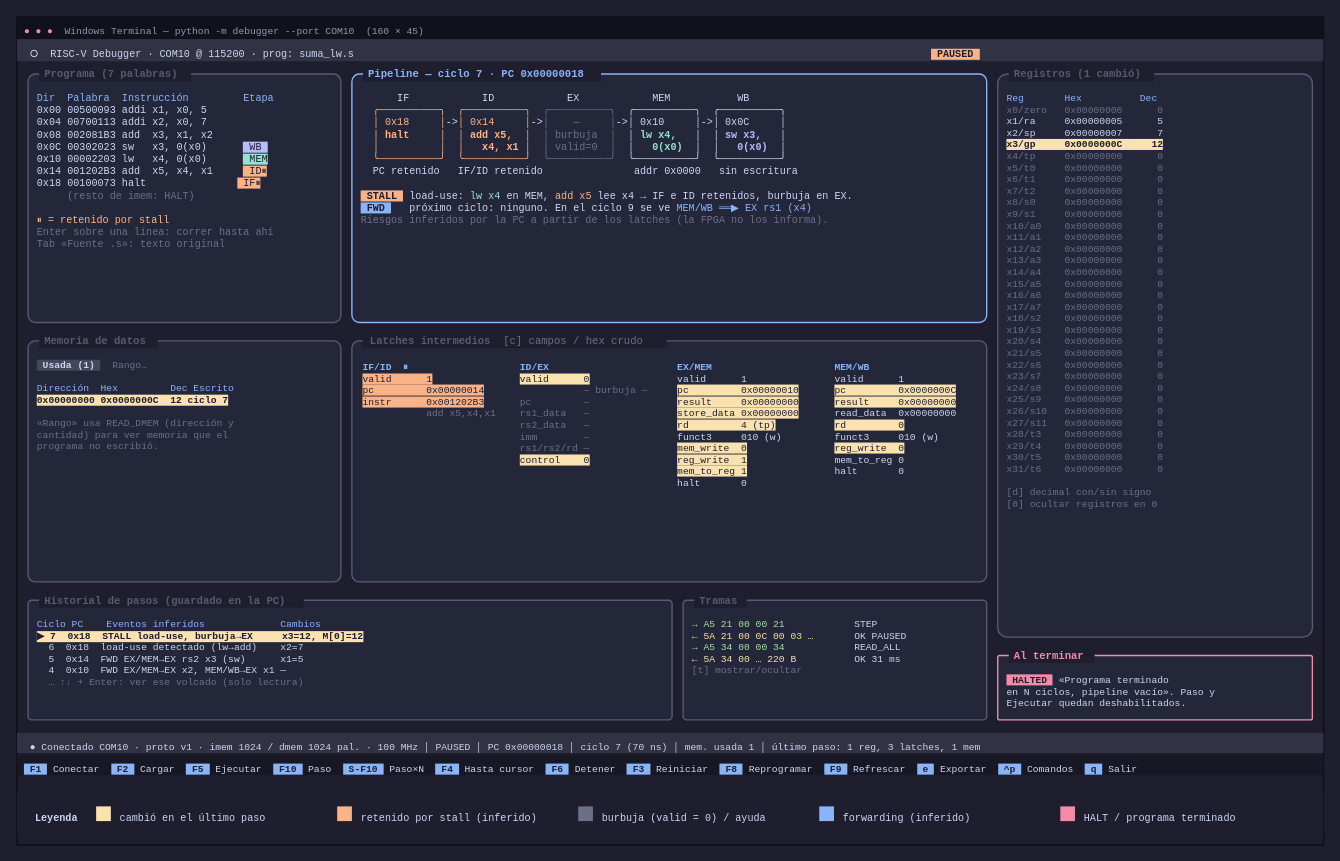
This is docs/diagramas/interfaz.drawio from moreyrajulian/arquitectura_de_computadoras, a draw.io file, before an edit. Source tidied: cells renumbered, new cells numbered last; positions are measured from the earlier drawing's top-left corner, leaving out a move shared by most shapes. Both pictures are drawn from the tidied source at 92%, with x=0, y=0 at pixel (17, 17).
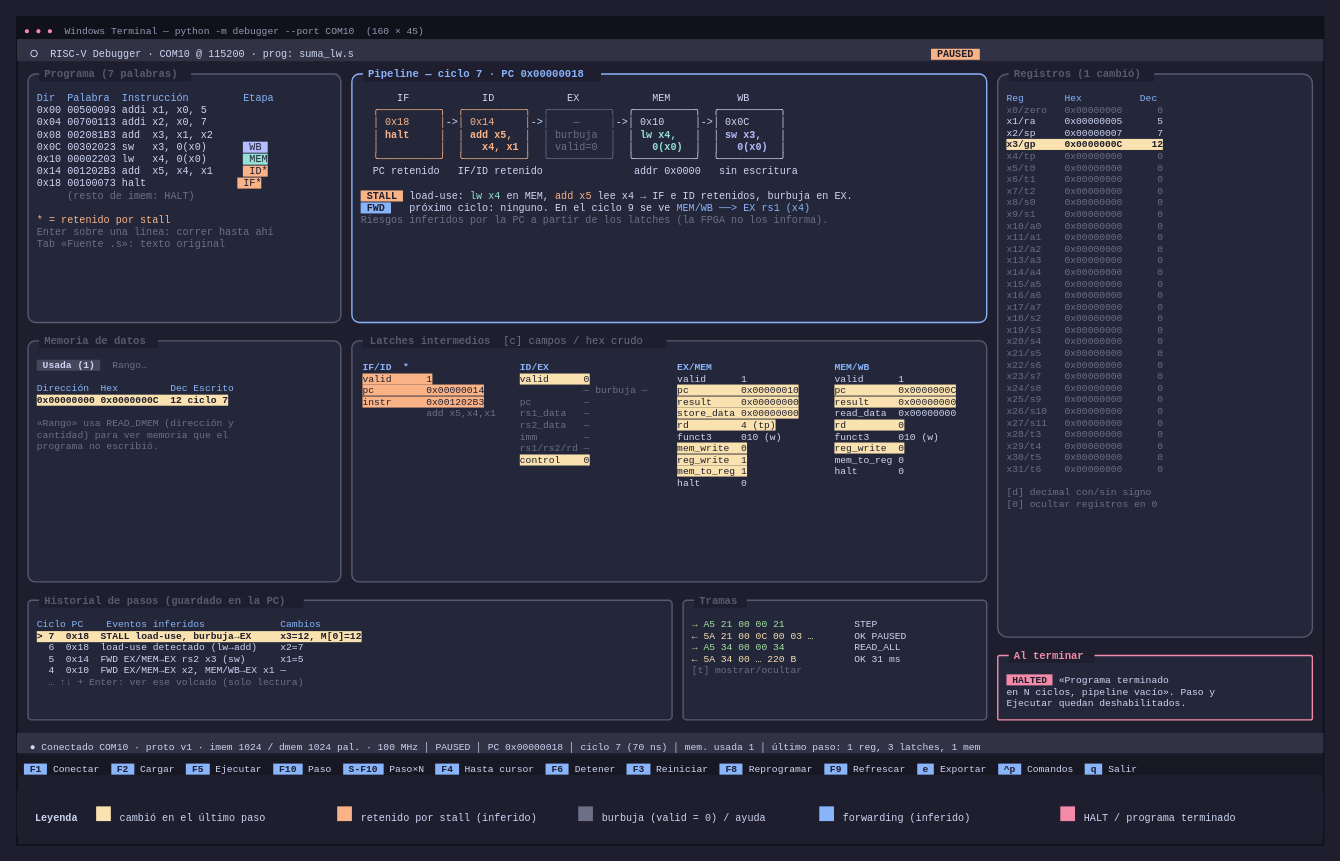
Above is the later version.

Commit message (it also covers changes not shown here):
docs(interfaz): requisitos de terminal y puerto serie en Windows y Linux

Change to the diagram source:
```diff
@@
-    <mxCell id="7" value="&lt;span style=&quot;color:#89B4FA;&quot;&gt;Dir&amp;nbsp;&amp;nbsp;Palabra&amp;nbsp;&amp;nbsp;Instrucción&amp;nbsp;&amp;nbsp;&amp;nbsp;&amp;nbsp;&amp;nbsp;&amp;nbsp;&amp;nbsp;&amp;nbsp;&amp;nbsp;Etapa&lt;/span&gt;&lt;br&gt;0x00&amp;nbsp;00500093&amp;nbsp;addi&amp;nbsp;x1,&amp;nbsp;x0,&amp;nbsp;5&lt;br&gt;0x04&amp;nbsp;00700113&amp;nbsp;addi&amp;nbsp;x2,&amp;nbsp;x0,&amp;nbsp;7&lt;br&gt;0x08&amp;nbsp;002081B3&amp;nbsp;add&amp;nbsp;&amp;nbsp;x3,&amp;nbsp;x1,&amp;nbsp;x2&lt;br&gt;0x0C&amp;nbsp;00302023&amp;nbsp;sw&amp;nbsp;&amp;nbsp;&amp;nbsp;x3,&amp;nbsp;0(x0)&amp;nbsp;&amp;nbsp;&amp;nbsp;&amp;nbsp;&amp;nbsp;&amp;nbsp;&lt;span style=&quot;background-color:#B4BEFE;color:#1E1E2E;&quot;&gt;&amp;nbsp;WB&amp;nbsp;&lt;/span&gt;&lt;br&gt;0x10&amp;nbsp;00002203&amp;nbsp;lw&amp;nbsp;&amp;nbsp;&amp;nbsp;x4,&amp;nbsp;0(x0)&amp;nbsp;&amp;nbsp;&amp;nbsp;&amp;nbsp;&amp;nbsp;&amp;nbsp;&lt;span style=&quot;background-color:#94E2D5;color:#1E1E2E;&quot;&gt;&amp;nbsp;MEM&lt;/span&gt;&lt;br&gt;0x14&amp;nbsp;001202B3&amp;nbsp;add&amp;nbsp;&amp;nbsp;x5,&amp;nbsp;x4,&amp;nbsp;x1&amp;nbsp;&amp;nbsp;&amp;nbsp;&amp;nbsp;&amp;nbsp;&lt;span style=&quot;background-color:#FAB387;color:#1E1E2E;&quot;&gt;&amp;nbsp;ID⏸&lt;/span&gt;&lt;br&gt;&lt;span style=&quot;&quot;&gt;0x18&amp;nbsp;00100073&amp;nbsp;halt&amp;nbsp;&amp;nbsp;&amp;nbsp;&amp;nbsp;&amp;nbsp;&amp;nbsp;&amp;nbsp;&amp;nbsp;&amp;nbsp;&amp;nbsp;&amp;nbsp;&amp;nbsp;&amp;nbsp;&amp;nbsp;&amp;nbsp;&lt;/span&gt;&lt;span style=&quot;background-color:#FAB387;color:#1E1E2E;&quot;&gt;&amp;nbsp;IF⏸&lt;/span&gt;&lt;br&gt;&lt;span style=&quot;color:#6C7086;&quot;&gt;&amp;nbsp;&amp;nbsp;&amp;nbsp;&amp;nbsp;&amp;nbsp;(resto&amp;nbsp;de&amp;nbsp;imem:&amp;nbsp;HALT)&lt;/span&gt;&lt;br&gt;&lt;br&gt;&lt;span style=&quot;color:#FAB387;&quot;&gt;⏸&amp;nbsp;=&amp;nbsp;retenido&amp;nbsp;por&amp;nbsp;stall&lt;/span&gt;&lt;br&gt;&lt;span style=&quot;color:#6C7086;&quot;&gt;Enter&amp;nbsp;sobre&amp;nbsp;una&amp;nbsp;línea:&amp;nbsp;correr&amp;nbsp;hasta&amp;nbsp;ahí&lt;/span&gt;&lt;br&gt;&lt;span style=&quot;color:#6C7086;&quot;&gt;Tab&amp;nbsp;«Fuente&amp;nbsp;.s»:&amp;nbsp;texto&amp;nbsp;original&lt;/span&gt;" style="rounded=0;whiteSpace=wrap;html=1;fontSize=11;align=left;verticalAlign=top;spacingLeft=6;spacingTop=4;fontColor=#CDD6F4;fontFamily=Consolas;fillColor=none;strokeColor=none;fontSize=11;" parent="1" vertex="1">
+    <mxCell id="7" value="&lt;span style=&quot;color:#89B4FA;&quot;&gt;Dir&amp;nbsp;&amp;nbsp;Palabra&amp;nbsp;&amp;nbsp;Instrucción&amp;nbsp;&amp;nbsp;&amp;nbsp;&amp;nbsp;&amp;nbsp;&amp;nbsp;&amp;nbsp;&amp;nbsp;&amp;nbsp;Etapa&lt;/span&gt;&lt;br&gt;0x00&amp;nbsp;00500093&amp;nbsp;addi&amp;nbsp;x1,&amp;nbsp;x0,&amp;nbsp;5&lt;br&gt;0x04&amp;nbsp;00700113&amp;nbsp;addi&amp;nbsp;x2,&amp;nbsp;x0,&amp;nbsp;7&lt;br&gt;0x08&amp;nbsp;002081B3&amp;nbsp;add&amp;nbsp;&amp;nbsp;x3,&amp;nbsp;x1,&amp;nbsp;x2&lt;br&gt;0x0C&amp;nbsp;00302023&amp;nbsp;sw&amp;nbsp;&amp;nbsp;&amp;nbsp;x3,&amp;nbsp;0(x0)&amp;nbsp;&amp;nbsp;&amp;nbsp;&amp;nbsp;&amp;nbsp;&amp;nbsp;&lt;span style=&quot;background-color:#B4BEFE;color:#1E1E2E;&quot;&gt;&amp;nbsp;WB&amp;nbsp;&lt;/span&gt;&lt;br&gt;0x10&amp;nbsp;00002203&amp;nbsp;lw&amp;nbsp;&amp;nbsp;&amp;nbsp;x4,&amp;nbsp;0(x0)&amp;nbsp;&amp;nbsp;&amp;nbsp;&amp;nbsp;&amp;nbsp;&amp;nbsp;&lt;span style=&quot;background-color:#94E2D5;color:#1E1E2E;&quot;&gt;&amp;nbsp;MEM&lt;/span&gt;&lt;br&gt;0x14&amp;nbsp;001202B3&amp;nbsp;add&amp;nbsp;&amp;nbsp;x5,&amp;nbsp;x4,&amp;nbsp;x1&amp;nbsp;&amp;nbsp;&amp;nbsp;&amp;nbsp;&amp;nbsp;&lt;span style=&quot;background-color:#FAB387;color:#1E1E2E;&quot;&gt;&amp;nbsp;ID*&lt;/span&gt;&lt;br&gt;&lt;span style=&quot;&quot;&gt;0x18&amp;nbsp;00100073&amp;nbsp;halt&amp;nbsp;&amp;nbsp;&amp;nbsp;&amp;nbsp;&amp;nbsp;&amp;nbsp;&amp;nbsp;&amp;nbsp;&amp;nbsp;&amp;nbsp;&amp;nbsp;&amp;nbsp;&amp;nbsp;&amp;nbsp;&amp;nbsp;&lt;/span&gt;&lt;span style=&quot;background-color:#FAB387;color:#1E1E2E;&quot;&gt;&amp;nbsp;IF*&lt;/span&gt;&lt;br&gt;&lt;span style=&quot;color:#6C7086;&quot;&gt;&amp;nbsp;&amp;nbsp;&amp;nbsp;&amp;nbsp;&amp;nbsp;(resto&amp;nbsp;de&amp;nbsp;imem:&amp;nbsp;HALT)&lt;/span&gt;&lt;br&gt;&lt;br&gt;&lt;span style=&quot;color:#FAB387;&quot;&gt;*&amp;nbsp;=&amp;nbsp;retenido&amp;nbsp;por&amp;nbsp;stall&lt;/span&gt;&lt;br&gt;&lt;span style=&quot;color:#6C7086;&quot;&gt;Enter&amp;nbsp;sobre&amp;nbsp;una&amp;nbsp;línea:&amp;nbsp;correr&amp;nbsp;hasta&amp;nbsp;ahí&lt;/span&gt;&lt;br&gt;&lt;span style=&quot;color:#6C7086;&quot;&gt;Tab&amp;nbsp;«Fuente&amp;nbsp;.s»:&amp;nbsp;texto&amp;nbsp;original&lt;/span&gt;" style="rounded=0;whiteSpace=wrap;html=1;fontSize=11;align=left;verticalAlign=top;spacingLeft=6;spacingTop=4;fontColor=#CDD6F4;fontFamily=Consolas;fillColor=none;strokeColor=none;fontSize=11;" parent="1" vertex="1">
       <mxGeometry x="14" y="72" width="336" height="256" as="geometry" />
     </mxCell>
@@
-    <mxCell id="10" value="&amp;nbsp;&amp;nbsp;&amp;nbsp;&amp;nbsp;&amp;nbsp;&amp;nbsp;IF&amp;nbsp;&amp;nbsp;&amp;nbsp;&amp;nbsp;&amp;nbsp;&amp;nbsp;&amp;nbsp;&amp;nbsp;&amp;nbsp;&amp;nbsp;&amp;nbsp;&amp;nbsp;ID&amp;nbsp;&amp;nbsp;&amp;nbsp;&amp;nbsp;&amp;nbsp;&amp;nbsp;&amp;nbsp;&amp;nbsp;&amp;nbsp;&amp;nbsp;&amp;nbsp;&amp;nbsp;EX&amp;nbsp;&amp;nbsp;&amp;nbsp;&amp;nbsp;&amp;nbsp;&amp;nbsp;&amp;nbsp;&amp;nbsp;&amp;nbsp;&amp;nbsp;&amp;nbsp;&amp;nbsp;MEM&amp;nbsp;&amp;nbsp;&amp;nbsp;&amp;nbsp;&amp;nbsp;&amp;nbsp;&amp;nbsp;&amp;nbsp;&amp;nbsp;&amp;nbsp;&amp;nbsp;WB&lt;br&gt;&amp;nbsp;&amp;nbsp;&lt;span style=&quot;color:#FAB387;&quot;&gt;╭──────────╮&lt;/span&gt;&amp;nbsp;&amp;nbsp;&lt;span style=&quot;color:#FAB387;&quot;&gt;╭──────────╮&lt;/span&gt;&amp;nbsp;&amp;nbsp;&lt;span style=&quot;color:#6C7086;&quot;&gt;╭──────────╮&lt;/span&gt;&amp;nbsp;&amp;nbsp;╭──────────╮&amp;nbsp;&amp;nbsp;╭──────────╮&lt;br&gt;&amp;nbsp;&amp;nbsp;&lt;span style=&quot;color:#FAB387;&quot;&gt;│&amp;nbsp;0x18&amp;nbsp;&amp;nbsp;&amp;nbsp;&amp;nbsp;&amp;nbsp;│&lt;/span&gt;-&gt;&lt;span style=&quot;color:#FAB387;&quot;&gt;│&amp;nbsp;0x14&amp;nbsp;&amp;nbsp;&amp;nbsp;&amp;nbsp;&amp;nbsp;│&lt;/span&gt;-&gt;&lt;span style=&quot;color:#6C7086;&quot;&gt;│&amp;nbsp;&amp;nbsp;&amp;nbsp;&amp;nbsp;—&amp;nbsp;&amp;nbsp;&amp;nbsp;&amp;nbsp;&amp;nbsp;│&lt;/span&gt;-&gt;│&amp;nbsp;0x10&amp;nbsp;&amp;nbsp;&amp;nbsp;&amp;nbsp;&amp;nbsp;│-&gt;│&amp;nbsp;0x0C&amp;nbsp;&amp;nbsp;&amp;nbsp;&amp;nbsp;&amp;nbsp;│&lt;br&gt;&amp;nbsp;&amp;nbsp;&lt;span style=&quot;color:#FAB387;font-weight:bold;&quot;&gt;│&amp;nbsp;halt&amp;nbsp;&amp;nbsp;&amp;nbsp;&amp;nbsp;&amp;nbsp;│&lt;/span&gt;&amp;nbsp;&amp;nbsp;&lt;span style=&quot;color:#FAB387;font-weight:bold;&quot;&gt;│&amp;nbsp;add&amp;nbsp;x5,&amp;nbsp;&amp;nbsp;│&lt;/span&gt;&amp;nbsp;&amp;nbsp;&lt;span style=&quot;color:#6C7086;&quot;&gt;│&amp;nbsp;burbuja&amp;nbsp;&amp;nbsp;│&lt;/span&gt;&amp;nbsp;&amp;nbsp;│&amp;nbsp;&lt;span style=&quot;color:#94E2D5;font-weight:bold;&quot;&gt;lw&amp;nbsp;x4,&lt;/span&gt;&amp;nbsp;&amp;nbsp;&amp;nbsp;│&amp;nbsp;&amp;nbsp;│&amp;nbsp;&lt;span style=&quot;color:#B4BEFE;font-weight:bold;&quot;&gt;sw&amp;nbsp;x3,&lt;/span&gt;&amp;nbsp;&amp;nbsp;&amp;nbsp;│&lt;br&gt;&amp;nbsp;&amp;nbsp;&lt;span style=&quot;color:#FAB387;&quot;&gt;│&amp;nbsp;&amp;nbsp;&amp;nbsp;&amp;nbsp;&amp;nbsp;&amp;nbsp;&amp;nbsp;&amp;nbsp;&amp;nbsp;&amp;nbsp;│&lt;/span&gt;&amp;nbsp;&amp;nbsp;&lt;span style=&quot;color:#FAB387;font-weight:bold;&quot;&gt;│&amp;nbsp;&amp;nbsp;&amp;nbsp;x4,&amp;nbsp;x1&amp;nbsp;│&lt;/span&gt;&amp;nbsp;&amp;nbsp;&lt;span style=&quot;color:#6C7086;&quot;&gt;│&amp;nbsp;valid=0&amp;nbsp;&amp;nbsp;│&lt;/span&gt;&amp;nbsp;&amp;nbsp;│&amp;nbsp;&lt;span style=&quot;color:#94E2D5;font-weight:bold;&quot;&gt;&amp;nbsp;&amp;nbsp;0(x0)&lt;/span&gt;&amp;nbsp;&amp;nbsp;│&amp;nbsp;&amp;nbsp;│&amp;nbsp;&lt;span style=&quot;color:#B4BEFE;font-weight:bold;&quot;&gt;&amp;nbsp;&amp;nbsp;0(x0)&lt;/span&gt;&amp;nbsp;&amp;nbsp;│&lt;br&gt;&amp;nbsp;&amp;nbsp;&lt;span style=&quot;color:#FAB387;&quot;&gt;╰──────────╯&lt;/span&gt;&amp;nbsp;&amp;nbsp;&lt;span style=&quot;color:#FAB387;&quot;&gt;╰──────────╯&lt;/span&gt;&amp;nbsp;&amp;nbsp;&lt;span style=&quot;color:#6C7086;&quot;&gt;╰──────────╯&lt;/span&gt;&amp;nbsp;&amp;nbsp;╰──────────╯&amp;nbsp;&amp;nbsp;╰──────────╯&lt;br&gt;&amp;nbsp;&amp;nbsp;PC&amp;nbsp;retenido&amp;nbsp;&amp;nbsp;&amp;nbsp;IF/ID&amp;nbsp;retenido&amp;nbsp;&amp;nbsp;&amp;nbsp;&amp;nbsp;&amp;nbsp;&amp;nbsp;&amp;nbsp;&amp;nbsp;&amp;nbsp;&amp;nbsp;&amp;nbsp;&amp;nbsp;&amp;nbsp;&amp;nbsp;&amp;nbsp;addr&amp;nbsp;0x0000&amp;nbsp;&amp;nbsp;&amp;nbsp;sin&amp;nbsp;escritura&lt;br&gt;&lt;br&gt;&lt;span style=&quot;background-color:#FAB387;color:#1E1E2E;font-weight:bold;&quot;&gt;&amp;nbsp;STALL&amp;nbsp;&lt;/span&gt;&amp;nbsp;load-use:&amp;nbsp;&lt;span style=&quot;color:#94E2D5;&quot;&gt;lw&amp;nbsp;x4&lt;/span&gt;&amp;nbsp;en&amp;nbsp;MEM,&amp;nbsp;&lt;span style=&quot;color:#FAB387;&quot;&gt;add&amp;nbsp;x5&lt;/span&gt;&amp;nbsp;lee&amp;nbsp;x4&amp;nbsp;→&amp;nbsp;IF&amp;nbsp;e&amp;nbsp;ID&amp;nbsp;retenidos,&amp;nbsp;burbuja&amp;nbsp;en&amp;nbsp;EX.&lt;br&gt;&lt;span style=&quot;background-color:#89B4FA;color:#1E1E2E;font-weight:bold;&quot;&gt;&amp;nbsp;FWD&amp;nbsp;&lt;/span&gt;&amp;nbsp;&amp;nbsp;&amp;nbsp;próximo&amp;nbsp;ciclo:&amp;nbsp;ninguno.&amp;nbsp;En&amp;nbsp;el&amp;nbsp;ciclo&amp;nbsp;9&amp;nbsp;se&amp;nbsp;ve&amp;nbsp;&lt;span style=&quot;color:#89B4FA;&quot;&gt;MEM/WB&amp;nbsp;══▶&amp;nbsp;EX&amp;nbsp;rs1&amp;nbsp;(x4)&lt;/span&gt;&lt;br&gt;&lt;span style=&quot;color:#6C7086;&quot;&gt;Riesgos&amp;nbsp;inferidos&amp;nbsp;por&amp;nbsp;la&amp;nbsp;PC&amp;nbsp;a&amp;nbsp;partir&amp;nbsp;de&amp;nbsp;los&amp;nbsp;latches&amp;nbsp;(la&amp;nbsp;FPGA&amp;nbsp;no&amp;nbsp;los&amp;nbsp;informa).&lt;/span&gt;" style="rounded=0;whiteSpace=wrap;html=1;fontSize=11;align=left;verticalAlign=top;spacingLeft=6;spacingTop=4;fontColor=#CDD6F4;fontFamily=Consolas;fillColor=none;strokeColor=none;fontSize=11;" parent="1" vertex="1">
+    <mxCell id="10" value="&amp;nbsp;&amp;nbsp;&amp;nbsp;&amp;nbsp;&amp;nbsp;&amp;nbsp;IF&amp;nbsp;&amp;nbsp;&amp;nbsp;&amp;nbsp;&amp;nbsp;&amp;nbsp;&amp;nbsp;&amp;nbsp;&amp;nbsp;&amp;nbsp;&amp;nbsp;&amp;nbsp;ID&amp;nbsp;&amp;nbsp;&amp;nbsp;&amp;nbsp;&amp;nbsp;&amp;nbsp;&amp;nbsp;&amp;nbsp;&amp;nbsp;&amp;nbsp;&amp;nbsp;&amp;nbsp;EX&amp;nbsp;&amp;nbsp;&amp;nbsp;&amp;nbsp;&amp;nbsp;&amp;nbsp;&amp;nbsp;&amp;nbsp;&amp;nbsp;&amp;nbsp;&amp;nbsp;&amp;nbsp;MEM&amp;nbsp;&amp;nbsp;&amp;nbsp;&amp;nbsp;&amp;nbsp;&amp;nbsp;&amp;nbsp;&amp;nbsp;&amp;nbsp;&amp;nbsp;&amp;nbsp;WB&lt;br&gt;&amp;nbsp;&amp;nbsp;&lt;span style=&quot;color:#FAB387;&quot;&gt;╭──────────╮&lt;/span&gt;&amp;nbsp;&amp;nbsp;&lt;span style=&quot;color:#FAB387;&quot;&gt;╭──────────╮&lt;/span&gt;&amp;nbsp;&amp;nbsp;&lt;span style=&quot;color:#6C7086;&quot;&gt;╭──────────╮&lt;/span&gt;&amp;nbsp;&amp;nbsp;╭──────────╮&amp;nbsp;&amp;nbsp;╭──────────╮&lt;br&gt;&amp;nbsp;&amp;nbsp;&lt;span style=&quot;color:#FAB387;&quot;&gt;│&amp;nbsp;0x18&amp;nbsp;&amp;nbsp;&amp;nbsp;&amp;nbsp;&amp;nbsp;│&lt;/span&gt;-&gt;&lt;span style=&quot;color:#FAB387;&quot;&gt;│&amp;nbsp;0x14&amp;nbsp;&amp;nbsp;&amp;nbsp;&amp;nbsp;&amp;nbsp;│&lt;/span&gt;-&gt;&lt;span style=&quot;color:#6C7086;&quot;&gt;│&amp;nbsp;&amp;nbsp;&amp;nbsp;&amp;nbsp;—&amp;nbsp;&amp;nbsp;&amp;nbsp;&amp;nbsp;&amp;nbsp;│&lt;/span&gt;-&gt;│&amp;nbsp;0x10&amp;nbsp;&amp;nbsp;&amp;nbsp;&amp;nbsp;&amp;nbsp;│-&gt;│&amp;nbsp;0x0C&amp;nbsp;&amp;nbsp;&amp;nbsp;&amp;nbsp;&amp;nbsp;│&lt;br&gt;&amp;nbsp;&amp;nbsp;&lt;span style=&quot;color:#FAB387;font-weight:bold;&quot;&gt;│&amp;nbsp;halt&amp;nbsp;&amp;nbsp;&amp;nbsp;&amp;nbsp;&amp;nbsp;│&lt;/span&gt;&amp;nbsp;&amp;nbsp;&lt;span style=&quot;color:#FAB387;font-weight:bold;&quot;&gt;│&amp;nbsp;add&amp;nbsp;x5,&amp;nbsp;&amp;nbsp;│&lt;/span&gt;&amp;nbsp;&amp;nbsp;&lt;span style=&quot;color:#6C7086;&quot;&gt;│&amp;nbsp;burbuja&amp;nbsp;&amp;nbsp;│&lt;/span&gt;&amp;nbsp;&amp;nbsp;│&amp;nbsp;&lt;span style=&quot;color:#94E2D5;font-weight:bold;&quot;&gt;lw&amp;nbsp;x4,&lt;/span&gt;&amp;nbsp;&amp;nbsp;&amp;nbsp;│&amp;nbsp;&amp;nbsp;│&amp;nbsp;&lt;span style=&quot;color:#B4BEFE;font-weight:bold;&quot;&gt;sw&amp;nbsp;x3,&lt;/span&gt;&amp;nbsp;&amp;nbsp;&amp;nbsp;│&lt;br&gt;&amp;nbsp;&amp;nbsp;&lt;span style=&quot;color:#FAB387;&quot;&gt;│&amp;nbsp;&amp;nbsp;&amp;nbsp;&amp;nbsp;&amp;nbsp;&amp;nbsp;&amp;nbsp;&amp;nbsp;&amp;nbsp;&amp;nbsp;│&lt;/span&gt;&amp;nbsp;&amp;nbsp;&lt;span style=&quot;color:#FAB387;font-weight:bold;&quot;&gt;│&amp;nbsp;&amp;nbsp;&amp;nbsp;x4,&amp;nbsp;x1&amp;nbsp;│&lt;/span&gt;&amp;nbsp;&amp;nbsp;&lt;span style=&quot;color:#6C7086;&quot;&gt;│&amp;nbsp;valid=0&amp;nbsp;&amp;nbsp;│&lt;/span&gt;&amp;nbsp;&amp;nbsp;│&amp;nbsp;&lt;span style=&quot;color:#94E2D5;font-weight:bold;&quot;&gt;&amp;nbsp;&amp;nbsp;0(x0)&lt;/span&gt;&amp;nbsp;&amp;nbsp;│&amp;nbsp;&amp;nbsp;│&amp;nbsp;&lt;span style=&quot;color:#B4BEFE;font-weight:bold;&quot;&gt;&amp;nbsp;&amp;nbsp;0(x0)&lt;/span&gt;&amp;nbsp;&amp;nbsp;│&lt;br&gt;&amp;nbsp;&amp;nbsp;&lt;span style=&quot;color:#FAB387;&quot;&gt;╰──────────╯&lt;/span&gt;&amp;nbsp;&amp;nbsp;&lt;span style=&quot;color:#FAB387;&quot;&gt;╰──────────╯&lt;/span&gt;&amp;nbsp;&amp;nbsp;&lt;span style=&quot;color:#6C7086;&quot;&gt;╰──────────╯&lt;/span&gt;&amp;nbsp;&amp;nbsp;╰──────────╯&amp;nbsp;&amp;nbsp;╰──────────╯&lt;br&gt;&amp;nbsp;&amp;nbsp;PC&amp;nbsp;retenido&amp;nbsp;&amp;nbsp;&amp;nbsp;IF/ID&amp;nbsp;retenido&amp;nbsp;&amp;nbsp;&amp;nbsp;&amp;nbsp;&amp;nbsp;&amp;nbsp;&amp;nbsp;&amp;nbsp;&amp;nbsp;&amp;nbsp;&amp;nbsp;&amp;nbsp;&amp;nbsp;&amp;nbsp;&amp;nbsp;addr&amp;nbsp;0x0000&amp;nbsp;&amp;nbsp;&amp;nbsp;sin&amp;nbsp;escritura&lt;br&gt;&lt;br&gt;&lt;span style=&quot;background-color:#FAB387;color:#1E1E2E;font-weight:bold;&quot;&gt;&amp;nbsp;STALL&amp;nbsp;&lt;/span&gt;&amp;nbsp;load-use:&amp;nbsp;&lt;span style=&quot;color:#94E2D5;&quot;&gt;lw&amp;nbsp;x4&lt;/span&gt;&amp;nbsp;en&amp;nbsp;MEM,&amp;nbsp;&lt;span style=&quot;color:#FAB387;&quot;&gt;add&amp;nbsp;x5&lt;/span&gt;&amp;nbsp;lee&amp;nbsp;x4&amp;nbsp;→&amp;nbsp;IF&amp;nbsp;e&amp;nbsp;ID&amp;nbsp;retenidos,&amp;nbsp;burbuja&amp;nbsp;en&amp;nbsp;EX.&lt;br&gt;&lt;span style=&quot;background-color:#89B4FA;color:#1E1E2E;font-weight:bold;&quot;&gt;&amp;nbsp;FWD&amp;nbsp;&lt;/span&gt;&amp;nbsp;&amp;nbsp;&amp;nbsp;próximo&amp;nbsp;ciclo:&amp;nbsp;ninguno.&amp;nbsp;En&amp;nbsp;el&amp;nbsp;ciclo&amp;nbsp;9&amp;nbsp;se&amp;nbsp;ve&amp;nbsp;&lt;span style=&quot;color:#89B4FA;&quot;&gt;MEM/WB&amp;nbsp;──&gt;&amp;nbsp;EX&amp;nbsp;rs1&amp;nbsp;(x4)&lt;/span&gt;&lt;br&gt;&lt;span style=&quot;color:#6C7086;&quot;&gt;Riesgos&amp;nbsp;inferidos&amp;nbsp;por&amp;nbsp;la&amp;nbsp;PC&amp;nbsp;a&amp;nbsp;partir&amp;nbsp;de&amp;nbsp;los&amp;nbsp;latches&amp;nbsp;(la&amp;nbsp;FPGA&amp;nbsp;no&amp;nbsp;los&amp;nbsp;informa).&lt;/span&gt;" style="rounded=0;whiteSpace=wrap;html=1;fontSize=11;align=left;verticalAlign=top;spacingLeft=6;spacingTop=4;fontColor=#CDD6F4;fontFamily=Consolas;fillColor=none;strokeColor=none;fontSize=11;" parent="1" vertex="1">
       <mxGeometry x="366" y="72" width="686" height="256" as="geometry" />
     </mxCell>
@@
-    <mxCell id="13" value="&lt;span style=&quot;color:#89B4FA;font-weight:bold;&quot;&gt;IF/ID&amp;nbsp;&amp;nbsp;⏸&lt;/span&gt;&lt;br&gt;&lt;span style=&quot;background-color:#FAB387;color:#1E1E2E;&quot;&gt;valid&amp;nbsp;&amp;nbsp;&amp;nbsp;&amp;nbsp;&amp;nbsp;&amp;nbsp;1&lt;/span&gt;&lt;br&gt;&lt;span style=&quot;background-color:#FAB387;color:#1E1E2E;&quot;&gt;pc&amp;nbsp;&amp;nbsp;&amp;nbsp;&amp;nbsp;&amp;nbsp;&amp;nbsp;&amp;nbsp;&amp;nbsp;&amp;nbsp;0x00000014&lt;/span&gt;&lt;br&gt;&lt;span style=&quot;background-color:#FAB387;color:#1E1E2E;&quot;&gt;instr&amp;nbsp;&amp;nbsp;&amp;nbsp;&amp;nbsp;&amp;nbsp;&amp;nbsp;0x001202B3&lt;/span&gt;&lt;br&gt;&lt;span style=&quot;color:#6C7086;&quot;&gt;&amp;nbsp;&amp;nbsp;&amp;nbsp;&amp;nbsp;&amp;nbsp;&amp;nbsp;&amp;nbsp;&amp;nbsp;&amp;nbsp;&amp;nbsp;&amp;nbsp;add&amp;nbsp;x5,x4,x1&lt;/span&gt;" style="rounded=0;whiteSpace=wrap;html=1;fontSize=11;align=left;verticalAlign=top;spacingLeft=6;spacingTop=4;fontColor=#CDD6F4;fontFamily=Consolas;fillColor=none;strokeColor=none;fontSize=10.5;" parent="1" vertex="1">
+    <mxCell id="13" value="&lt;span style=&quot;color:#89B4FA;font-weight:bold;&quot;&gt;IF/ID&amp;nbsp;&amp;nbsp;*&lt;/span&gt;&lt;br&gt;&lt;span style=&quot;background-color:#FAB387;color:#1E1E2E;&quot;&gt;valid&amp;nbsp;&amp;nbsp;&amp;nbsp;&amp;nbsp;&amp;nbsp;&amp;nbsp;1&lt;/span&gt;&lt;br&gt;&lt;span style=&quot;background-color:#FAB387;color:#1E1E2E;&quot;&gt;pc&amp;nbsp;&amp;nbsp;&amp;nbsp;&amp;nbsp;&amp;nbsp;&amp;nbsp;&amp;nbsp;&amp;nbsp;&amp;nbsp;0x00000014&lt;/span&gt;&lt;br&gt;&lt;span style=&quot;background-color:#FAB387;color:#1E1E2E;&quot;&gt;instr&amp;nbsp;&amp;nbsp;&amp;nbsp;&amp;nbsp;&amp;nbsp;&amp;nbsp;0x001202B3&lt;/span&gt;&lt;br&gt;&lt;span style=&quot;color:#6C7086;&quot;&gt;&amp;nbsp;&amp;nbsp;&amp;nbsp;&amp;nbsp;&amp;nbsp;&amp;nbsp;&amp;nbsp;&amp;nbsp;&amp;nbsp;&amp;nbsp;&amp;nbsp;add&amp;nbsp;x5,x4,x1&lt;/span&gt;" style="rounded=0;whiteSpace=wrap;html=1;fontSize=11;align=left;verticalAlign=top;spacingLeft=6;spacingTop=4;fontColor=#CDD6F4;fontFamily=Consolas;fillColor=none;strokeColor=none;fontSize=10.5;" parent="1" vertex="1">
       <mxGeometry x="368" y="364" width="168" height="246" as="geometry" />
     </mxCell>
@@
-    <mxCell id="25" value="&lt;span style=&quot;color:#89B4FA;&quot;&gt;Ciclo&amp;nbsp;PC&amp;nbsp;&amp;nbsp;&amp;nbsp;&amp;nbsp;Eventos&amp;nbsp;inferidos&amp;nbsp;&amp;nbsp;&amp;nbsp;&amp;nbsp;&amp;nbsp;&amp;nbsp;&amp;nbsp;&amp;nbsp;&amp;nbsp;&amp;nbsp;&amp;nbsp;&amp;nbsp;&amp;nbsp;Cambios&lt;/span&gt;&lt;br&gt;&lt;span style=&quot;background-color:#F9E2AF;color:#1E1E2E;font-weight:bold;&quot;&gt;▶&amp;nbsp;7&amp;nbsp;&amp;nbsp;0x18&amp;nbsp;&amp;nbsp;STALL&amp;nbsp;load-use,&amp;nbsp;burbuja→EX&amp;nbsp;&amp;nbsp;&amp;nbsp;&amp;nbsp;&amp;nbsp;x3=12,&amp;nbsp;M[0]=12&lt;/span&gt;&lt;br&gt;&amp;nbsp;&amp;nbsp;6&amp;nbsp;&amp;nbsp;0x18&amp;nbsp;&amp;nbsp;load-use&amp;nbsp;detectado&amp;nbsp;(lw→add)&amp;nbsp;&amp;nbsp;&amp;nbsp;&amp;nbsp;x2=7&lt;br&gt;&amp;nbsp;&amp;nbsp;5&amp;nbsp;&amp;nbsp;0x14&amp;nbsp;&amp;nbsp;FWD&amp;nbsp;EX/MEM→EX&amp;nbsp;rs2&amp;nbsp;x3&amp;nbsp;(sw)&amp;nbsp;&amp;nbsp;&amp;nbsp;&amp;nbsp;&amp;nbsp;&amp;nbsp;x1=5&lt;br&gt;&amp;nbsp;&amp;nbsp;4&amp;nbsp;&amp;nbsp;0x10&amp;nbsp;&amp;nbsp;FWD&amp;nbsp;EX/MEM→EX&amp;nbsp;x2,&amp;nbsp;MEM/WB→EX&amp;nbsp;x1&amp;nbsp;—&lt;br&gt;&lt;span style=&quot;color:#6C7086;&quot;&gt;&amp;nbsp;&amp;nbsp;…&amp;nbsp;↑↓&amp;nbsp;+&amp;nbsp;Enter:&amp;nbsp;ver&amp;nbsp;ese&amp;nbsp;volcado&amp;nbsp;(solo&amp;nbsp;lectura)&lt;/span&gt;" style="rounded=0;whiteSpace=wrap;html=1;fontSize=11;align=left;verticalAlign=top;spacingLeft=6;spacingTop=4;fontColor=#CDD6F4;fontFamily=Consolas;fillColor=none;strokeColor=none;fontSize=10.5;" parent="1" vertex="1">
+    <mxCell id="25" value="&lt;span style=&quot;color:#89B4FA;&quot;&gt;Ciclo&amp;nbsp;PC&amp;nbsp;&amp;nbsp;&amp;nbsp;&amp;nbsp;Eventos&amp;nbsp;inferidos&amp;nbsp;&amp;nbsp;&amp;nbsp;&amp;nbsp;&amp;nbsp;&amp;nbsp;&amp;nbsp;&amp;nbsp;&amp;nbsp;&amp;nbsp;&amp;nbsp;&amp;nbsp;&amp;nbsp;Cambios&lt;/span&gt;&lt;br&gt;&lt;span style=&quot;background-color:#F9E2AF;color:#1E1E2E;font-weight:bold;&quot;&gt;&gt;&amp;nbsp;7&amp;nbsp;&amp;nbsp;0x18&amp;nbsp;&amp;nbsp;STALL&amp;nbsp;load-use,&amp;nbsp;burbuja→EX&amp;nbsp;&amp;nbsp;&amp;nbsp;&amp;nbsp;&amp;nbsp;x3=12,&amp;nbsp;M[0]=12&lt;/span&gt;&lt;br&gt;&amp;nbsp;&amp;nbsp;6&amp;nbsp;&amp;nbsp;0x18&amp;nbsp;&amp;nbsp;load-use&amp;nbsp;detectado&amp;nbsp;(lw→add)&amp;nbsp;&amp;nbsp;&amp;nbsp;&amp;nbsp;x2=7&lt;br&gt;&amp;nbsp;&amp;nbsp;5&amp;nbsp;&amp;nbsp;0x14&amp;nbsp;&amp;nbsp;FWD&amp;nbsp;EX/MEM→EX&amp;nbsp;rs2&amp;nbsp;x3&amp;nbsp;(sw)&amp;nbsp;&amp;nbsp;&amp;nbsp;&amp;nbsp;&amp;nbsp;&amp;nbsp;x1=5&lt;br&gt;&amp;nbsp;&amp;nbsp;4&amp;nbsp;&amp;nbsp;0x10&amp;nbsp;&amp;nbsp;FWD&amp;nbsp;EX/MEM→EX&amp;nbsp;x2,&amp;nbsp;MEM/WB→EX&amp;nbsp;x1&amp;nbsp;—&lt;br&gt;&lt;span style=&quot;color:#6C7086;&quot;&gt;&amp;nbsp;&amp;nbsp;…&amp;nbsp;↑↓&amp;nbsp;+&amp;nbsp;Enter:&amp;nbsp;ver&amp;nbsp;ese&amp;nbsp;volcado&amp;nbsp;(solo&amp;nbsp;lectura)&lt;/span&gt;" style="rounded=0;whiteSpace=wrap;html=1;fontSize=11;align=left;verticalAlign=top;spacingLeft=6;spacingTop=4;fontColor=#CDD6F4;fontFamily=Consolas;fillColor=none;strokeColor=none;fontSize=10.5;" parent="1" vertex="1">
       <mxGeometry x="14" y="644" width="696" height="116" as="geometry" />
     </mxCell>
```
